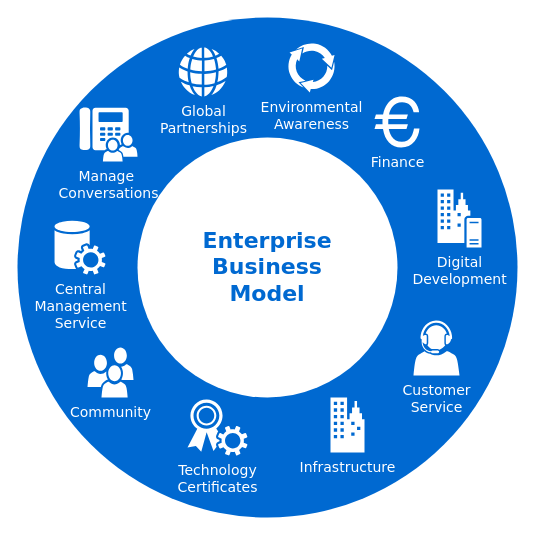
Earlier version of the draw.io diagram Untitled Diagram.drawio (abdelmomen1985/altermind). Source tidied: cells renumbered, new cells numbered last; positions are measured from the earlier drawing's top-left corner, leaving out a move shared by most shapes. Both pictures are drawn from the tidied source at 100%, with x=0, y=0 at pixel (17, 17).
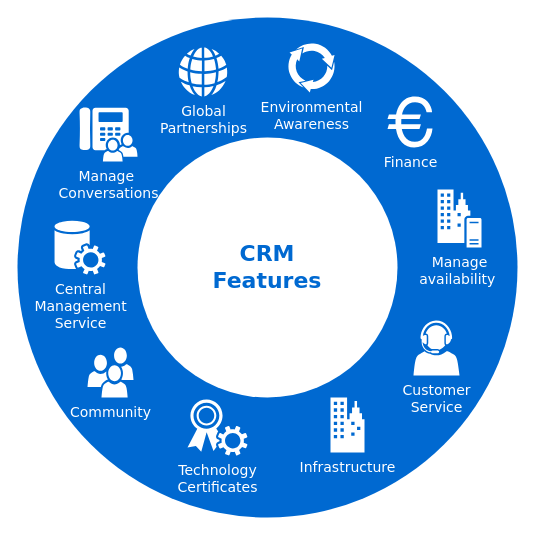
The same page after the edit.

Change to the diagram source:
```diff
@@
 <mxGraphModel>
   <root>
     <mxCell id="0" />
     <mxCell id="1" parent="0" />
     <mxCell id="2" style="ellipse;whiteSpace=wrap;html=1;rounded=0;shadow=0;comic=0;strokeWidth=1;fontFamily=Verdana;fontSize=14;strokeColor=none;fillColor=#0069D1;" parent="1" vertex="1">
       <mxGeometry width="500" height="500" as="geometry" />
     </mxCell>
-    <mxCell id="3" value="Enterprise&lt;div&gt;Business&lt;/div&gt;&lt;div&gt;Model&lt;/div&gt;" style="ellipse;whiteSpace=wrap;html=1;rounded=0;shadow=0;comic=0;strokeWidth=1;fontFamily=Verdana;fontSize=22;strokeColor=none;fillColor=#ffffff;fontColor=#0069D1;fontStyle=1;" parent="1" vertex="1">
+    <mxCell id="3" value="CRM&lt;br&gt;Features" style="ellipse;whiteSpace=wrap;html=1;rounded=0;shadow=0;comic=0;strokeWidth=1;fontFamily=Verdana;fontSize=22;strokeColor=none;fillColor=#ffffff;fontColor=#0069D1;fontStyle=1;" parent="1" vertex="1">
       <mxGeometry x="120" y="120" width="260" height="260" as="geometry" />
     </mxCell>
     <mxCell id="4" value="Community" style="shadow=0;dashed=0;html=1;strokeColor=none;fillColor=#ffffff;labelPosition=center;verticalLabelPosition=bottom;verticalAlign=top;shape=mxgraph.office.users.users;rounded=0;comic=0;fontFamily=Verdana;fontSize=14;fontColor=#FFFFFF;" parent="1" vertex="1">
       <mxGeometry x="70" y="330" width="46" height="50" as="geometry" />
     </mxCell>
     <mxCell id="5" value="Customer&lt;div&gt;Service&lt;/div&gt;" style="shadow=0;dashed=0;html=1;strokeColor=none;fillColor=#ffffff;labelPosition=center;verticalLabelPosition=bottom;verticalAlign=top;shape=mxgraph.office.users.call_center_agent;rounded=0;comic=0;fontFamily=Verdana;fontSize=14;fontColor=#FFFFFF;" parent="1" vertex="1">
       <mxGeometry x="396" y="303" width="46" height="55" as="geometry" />
     </mxCell>
     <mxCell id="6" value="Manage&amp;nbsp;&lt;br&gt;Conversations" style="shadow=0;dashed=0;html=1;strokeColor=none;fillColor=#ffffff;labelPosition=center;verticalLabelPosition=bottom;verticalAlign=top;shape=mxgraph.office.users.response_group;rounded=0;comic=0;fontFamily=Verdana;fontSize=14;fontColor=#FFFFFF;" parent="1" vertex="1">
       <mxGeometry x="62" y="90" width="58" height="54" as="geometry" />
     </mxCell>
     <mxCell id="7" value="Central&lt;div&gt;Management&lt;/div&gt;&lt;div&gt;Service&lt;/div&gt;" style="shadow=0;dashed=0;html=1;strokeColor=none;fillColor=#ffffff;labelPosition=center;verticalLabelPosition=bottom;verticalAlign=top;shape=mxgraph.office.services.central_management_service;rounded=0;comic=0;fontFamily=Verdana;fontSize=14;fontColor=#FFFFFF;" parent="1" vertex="1">
       <mxGeometry x="37" y="203" width="51" height="54" as="geometry" />
     </mxCell>
-    <mxCell id="8" value="Digital&lt;div&gt;Development&lt;/div&gt;" style="shadow=0;dashed=0;html=1;strokeColor=none;fillColor=#ffffff;labelPosition=center;verticalLabelPosition=bottom;verticalAlign=top;shape=mxgraph.office.servers.on_premises_server;rounded=0;comic=0;fontFamily=Verdana;fontSize=14;fontColor=#FFFFFF;" parent="1" vertex="1">
+    <mxCell id="8" value="Manage&lt;br&gt;availability&amp;nbsp;" style="shadow=0;dashed=0;html=1;strokeColor=none;fillColor=#ffffff;labelPosition=center;verticalLabelPosition=bottom;verticalAlign=top;shape=mxgraph.office.servers.on_premises_server;rounded=0;comic=0;fontFamily=Verdana;fontSize=14;fontColor=#FFFFFF;" parent="1" vertex="1">
       <mxGeometry x="420" y="172" width="44" height="58" as="geometry" />
     </mxCell>
     <mxCell id="9" value="Technology&lt;div&gt;Certificates&lt;/div&gt;" style="shadow=0;dashed=0;html=1;strokeColor=none;fillColor=#ffffff;labelPosition=center;verticalLabelPosition=bottom;verticalAlign=top;shape=mxgraph.office.security.token_service;rounded=0;comic=0;fontFamily=Verdana;fontSize=14;fontColor=#FFFFFF;" parent="1" vertex="1">
       <mxGeometry x="170" y="382" width="60" height="56" as="geometry" />
     </mxCell>
     <mxCell id="10" value="Infrastructure" style="shadow=0;dashed=0;html=1;strokeColor=none;fillColor=#ffffff;labelPosition=center;verticalLabelPosition=bottom;verticalAlign=top;shape=mxgraph.office.concepts.on_premises;rounded=0;comic=0;fontFamily=Verdana;fontSize=14;fontColor=#FFFFFF;" parent="1" vertex="1">
       <mxGeometry x="313" y="380" width="34" height="55" as="geometry" />
     </mxCell>
     <mxCell id="11" value="Global&lt;div&gt;Partnerships&lt;/div&gt;" style="shadow=0;dashed=0;html=1;strokeColor=none;fillColor=#ffffff;labelPosition=center;verticalLabelPosition=bottom;verticalAlign=top;shape=mxgraph.office.concepts.globe_internet;rounded=0;comic=0;fontFamily=Verdana;fontSize=14;fontColor=#FFFFFF;" parent="1" vertex="1">
       <mxGeometry x="161" y="30" width="49" height="49" as="geometry" />
     </mxCell>
     <mxCell id="12" value="Environmental&lt;div&gt;Awareness&lt;/div&gt;" style="shadow=0;dashed=0;html=1;strokeColor=none;shape=mxgraph.mscae.general.continuous_cycle;fillColor=#ffffff;rounded=0;comic=0;fontFamily=Verdana;fontSize=14;fontColor=#FFFFFF;verticalAlign=top;labelPosition=center;verticalLabelPosition=bottom;align=center;" parent="1" vertex="1">
       <mxGeometry x="270" y="25" width="48" height="50" as="geometry" />
     </mxCell>
     <mxCell id="13" value="Finance" style="shape=mxgraph.signs.travel.euro;html=1;fillColor=#ffffff;strokeColor=none;verticalLabelPosition=bottom;verticalAlign=top;align=center;rounded=0;shadow=0;dashed=0;comic=0;fontFamily=Verdana;fontSize=14;fontColor=#FFFFFF;" parent="1" vertex="1">
-      <mxGeometry x="357" y="79" width="45" height="51" as="geometry" />
+      <mxGeometry x="370" y="79" width="45" height="51" as="geometry" />
     </mxCell>
   </root>
 </mxGraphModel>
```
